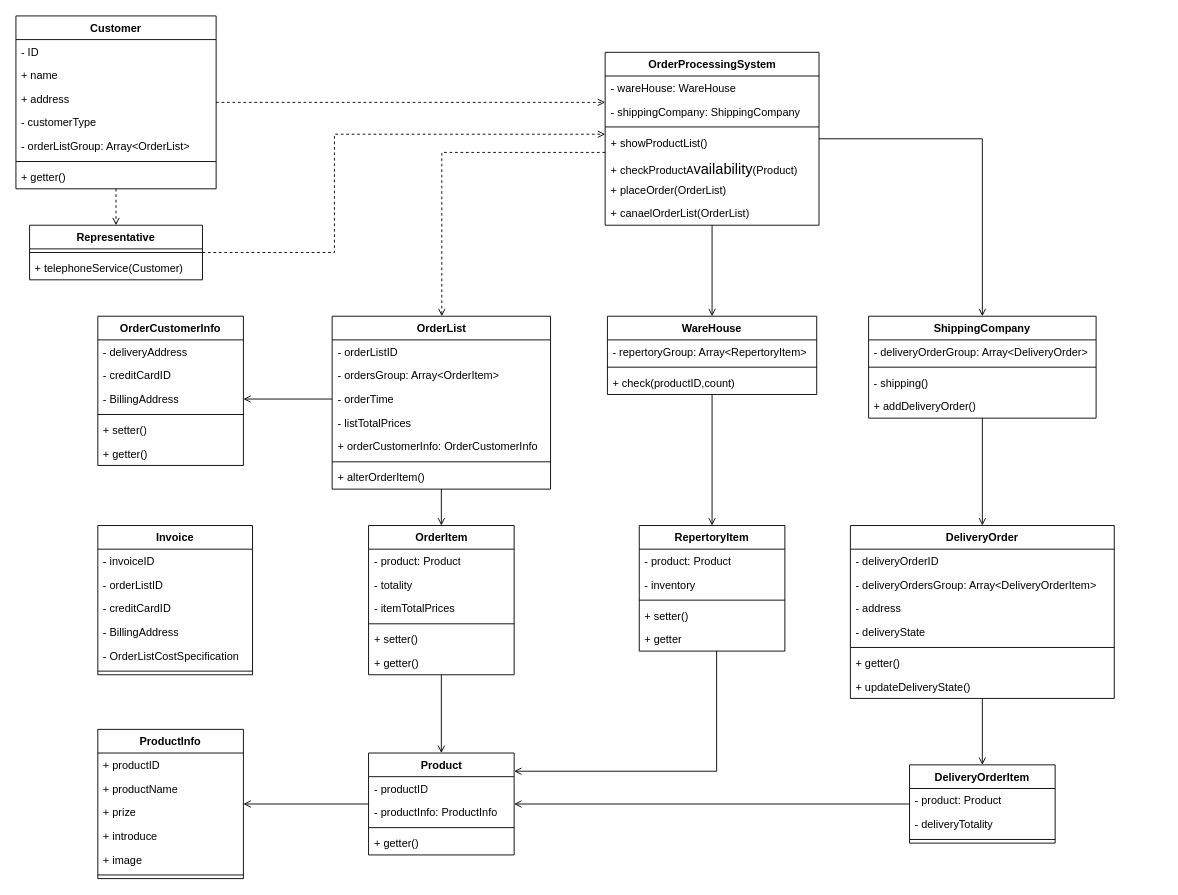
Before: orders_Class.drawio in yayaer123/drawio_demo, a draw.io diagram. Source tidied: cells renumbered, new cells numbered last; positions are measured from the earlier drawing's top-left corner, leaving out a move shared by most shapes. Both pictures are drawn from the tidied source at 91%, with x=0, y=0 at pixel (15, 15).
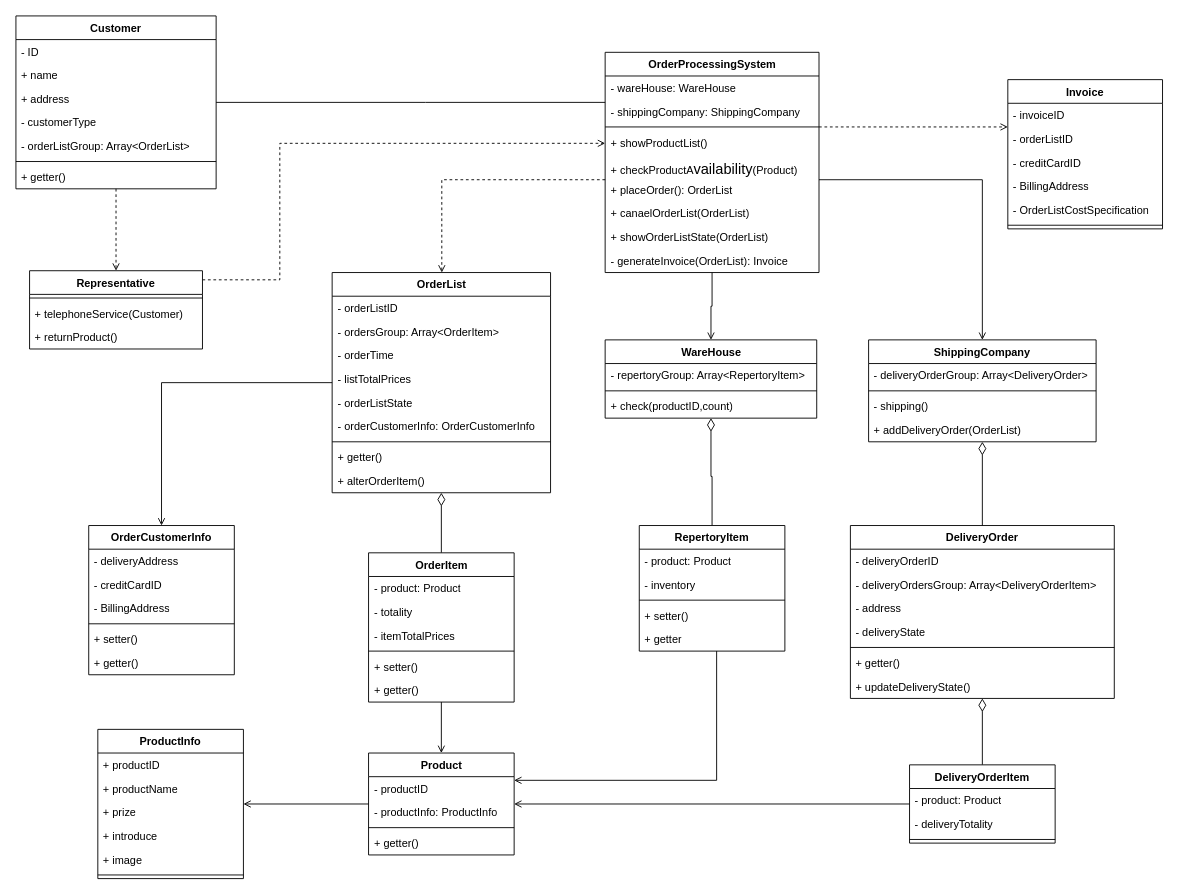
The same page after the edit.

Unchanged cells that the change refers to:
```xml
<mxCell id="4" value="Customer" style="swimlane;fontStyle=1;align=center;verticalAlign=top;horizontal=1;startSize=26;whiteSpace=wrap;html=1;" parent="1" vertex="1">
  <mxGeometry width="220" height="190" as="geometry" />
</mxCell>
<mxCell id="17" value="Product" style="swimlane;fontStyle=1;align=center;verticalAlign=top;horizontal=1;startSize=26;whiteSpace=wrap;html=1;" parent="1" vertex="1">
  <mxGeometry x="387.5" y="810" width="160" height="112" as="geometry" />
</mxCell>
<mxCell id="33" value="- orderTime" style="text;strokeColor=none;fillColor=none;align=left;verticalAlign=top;spacingLeft=4;spacingRight=4;overflow=hidden;points=[[0,0.5],[1,0.5]];portConstraint=eastwest;whiteSpace=wrap;html=1;" parent="30" vertex="1">
  <mxGeometry y="78" width="240" height="26" as="geometry" />
</mxCell>
<mxCell id="49" value="- BillingAddress" style="text;strokeColor=none;fillColor=none;align=left;verticalAlign=top;spacingLeft=4;spacingRight=4;overflow=hidden;points=[[0,0.5],[1,0.5]];portConstraint=eastwest;whiteSpace=wrap;html=1;" parent="46" vertex="1">
  <mxGeometry y="78" width="160" height="26" as="geometry" />
</mxCell>
<mxCell id="60" value="RepertoryItem" style="swimlane;fontStyle=1;align=center;verticalAlign=top;horizontal=1;startSize=26;whiteSpace=wrap;html=1;" parent="1" vertex="1">
  <mxGeometry x="685" y="560" width="160" height="138" as="geometry" />
</mxCell>
<mxCell id="67" value="DeliveryOrder" style="swimlane;fontStyle=1;align=center;verticalAlign=top;horizontal=1;startSize=26;whiteSpace=wrap;html=1;" parent="1" vertex="1">
  <mxGeometry x="917" y="560" width="290" height="190" as="geometry" />
</mxCell>
<mxCell id="76" value="DeliveryOrderItem" style="swimlane;fontStyle=1;align=center;verticalAlign=top;horizontal=1;startSize=26;whiteSpace=wrap;html=1;" parent="1" vertex="1">
  <mxGeometry x="982" y="823" width="160" height="86" as="geometry" />
</mxCell>
```

Change to the diagram source:
```diff
@@
-    <mxCell id="3" style="edgeStyle=orthogonalEdgeStyle;rounded=0;jettySize=auto;html=1;dashed=1;endArrow=open;endFill=0;" parent="1" edge="1" source="4" target="96">
+    <mxCell id="3" style="edgeStyle=orthogonalEdgeStyle;rounded=0;jettySize=auto;html=1;endArrow=none;endFill=0;" parent="1" edge="1" source="4" target="96">
       <mxGeometry relative="1" as="geometry">
         <Array as="points">
           <mxPoint x="450" y="95" />
           <mxPoint x="450" y="95" />
         </Array>
       </mxGeometry>
     </mxCell>
@@
     <mxCell id="12" style="edgeStyle=orthogonalEdgeStyle;rounded=0;jettySize=auto;html=1;dashed=1;endArrow=open;endFill=0;" parent="1" edge="1" source="13" target="96">
       <mxGeometry relative="1" as="geometry">
         <Array as="points">
-          <mxPoint x="350" y="260" />
-          <mxPoint x="350" y="130" />
+          <mxPoint x="290" y="290" />
+          <mxPoint x="290" y="140" />
         </Array>
       </mxGeometry>
     </mxCell>
     <mxCell id="13" value="Representative" style="swimlane;fontStyle=1;align=center;verticalAlign=top;horizontal=1;startSize=26;whiteSpace=wrap;html=1;" parent="1" vertex="1">
-      <mxGeometry x="15" y="230" width="190" height="60" as="geometry" />
+      <mxGeometry x="15" y="280" width="190" height="86" as="geometry" />
     </mxCell>
@@
+    <mxCell id="104" value="+ returnProduct()" style="text;strokeColor=none;fillColor=none;align=left;verticalAlign=top;spacingLeft=4;spacingRight=4;overflow=hidden;whiteSpace=wrap;html=1;" parent="13" vertex="1">
+      <mxGeometry y="60" width="190" height="26" as="geometry" />
+    </mxCell>
@@
-    <mxCell id="29" style="edgeStyle=orthogonalEdgeStyle;rounded=0;jettySize=auto;html=1;entryX=0.5;entryY=0;entryDx=0;entryDy=0;endArrow=open;endFill=0;startArrow=none;startFill=0;targetPerimeterSpacing=0;sourcePerimeterSpacing=0;endSize=6;startSize=12;" parent="1" edge="1" source="30" target="39">
+    <mxCell id="29" style="edgeStyle=orthogonalEdgeStyle;rounded=0;jettySize=auto;html=1;entryX=0.5;entryY=0;entryDx=0;entryDy=0;endArrow=none;endFill=0;startArrow=diamondThin;startFill=0;targetPerimeterSpacing=0;sourcePerimeterSpacing=0;endSize=6;startSize=12;" parent="1" edge="1" source="30" target="39">
       <mxGeometry relative="1" as="geometry" />
     </mxCell>
+    <mxCell id="105" style="edgeStyle=orthogonalEdgeStyle;rounded=0;jettySize=auto;html=1;endArrow=open;endFill=0;" parent="1" edge="1" source="30" target="46">
+      <mxGeometry relative="1" as="geometry" />
+    </mxCell>
     <mxCell id="30" value="OrderList" style="swimlane;fontStyle=1;align=center;verticalAlign=top;horizontal=1;startSize=26;whiteSpace=wrap;html=1;" parent="1" vertex="1">
-      <mxGeometry x="347.5" y="330" width="240" height="190" as="geometry" />
+      <mxGeometry x="347.5" y="282" width="240" height="242" as="geometry" />
     </mxCell>
@@
+    <mxCell id="106" value="- orderListState" style="text;strokeColor=none;fillColor=none;align=left;verticalAlign=top;spacingLeft=4;spacingRight=4;overflow=hidden;whiteSpace=wrap;html=1;" parent="30" vertex="1">
+      <mxGeometry y="130" width="240" height="26" as="geometry" />
+    </mxCell>
-    <mxCell id="35" value="+ orderCustomerInfo: OrderCustomerInfo" style="text;strokeColor=none;fillColor=none;align=left;verticalAlign=top;spacingLeft=4;spacingRight=4;overflow=hidden;whiteSpace=wrap;html=1;" parent="30" vertex="1">
-      <mxGeometry y="130" width="240" height="26" as="geometry" />
+    <mxCell id="35" value="- orderCustomerInfo: OrderCustomerInfo" style="text;strokeColor=none;fillColor=none;align=left;verticalAlign=top;spacingLeft=4;spacingRight=4;overflow=hidden;whiteSpace=wrap;html=1;" parent="30" vertex="1">
+      <mxGeometry y="156" width="240" height="26" as="geometry" />
     </mxCell>
     <mxCell id="36" style="line;strokeWidth=1;fillColor=none;align=left;verticalAlign=middle;spacingTop=-1;spacingLeft=3;spacingRight=3;labelPosition=right;strokeColor=inherit;" parent="30" vertex="1">
-      <mxGeometry y="156" width="240" height="8" as="geometry" />
+      <mxGeometry y="182" width="240" height="8" as="geometry" />
     </mxCell>
+    <mxCell id="107" value="+ getter()" style="text;strokeColor=none;fillColor=none;align=left;verticalAlign=top;spacingLeft=4;spacingRight=4;overflow=hidden;whiteSpace=wrap;html=1;" parent="30" vertex="1">
+      <mxGeometry y="190" width="240" height="26" as="geometry" />
+    </mxCell>
     <mxCell id="37" value="+ alterOrderItem()" style="text;strokeColor=none;fillColor=none;align=left;verticalAlign=top;spacingLeft=4;spacingRight=4;overflow=hidden;whiteSpace=wrap;html=1;" parent="30" vertex="1">
-      <mxGeometry y="164" width="240" height="26" as="geometry" />
+      <mxGeometry y="216" width="240" height="26" as="geometry" />
     </mxCell>
@@
     <mxCell id="39" value="OrderItem" style="swimlane;fontStyle=1;align=center;verticalAlign=top;horizontal=1;startSize=26;whiteSpace=wrap;html=1;" parent="1" vertex="1">
-      <mxGeometry x="387.5" y="560" width="160" height="164" as="geometry" />
+      <mxGeometry x="387.5" y="590" width="160" height="164" as="geometry" />
     </mxCell>
@@
     <mxCell id="46" value="&lt;span style=&quot;text-align: left;&quot;&gt;OrderCustomerInfo&lt;/span&gt;" style="swimlane;fontStyle=1;align=center;verticalAlign=top;horizontal=1;startSize=26;whiteSpace=wrap;html=1;" parent="1" vertex="1">
-      <mxGeometry x="90" y="330" width="160" height="164" as="geometry" />
+      <mxGeometry x="80" y="560" width="160" height="164" as="geometry" />
     </mxCell>
@@
-    <mxCell id="53" style="edgeStyle=orthogonalEdgeStyle;rounded=0;jettySize=auto;html=1;endArrow=open;endFill=0;" parent="1" edge="1" source="33" target="49">
-      <mxGeometry relative="1" as="geometry" />
-    </mxCell>
-    <mxCell id="54" style="edgeStyle=orthogonalEdgeStyle;rounded=0;jettySize=auto;html=1;endArrow=open;endFill=0;entryX=0.5;entryY=0;entryDx=0;entryDy=0;" parent="1" edge="1" source="55" target="60">
+    <mxCell id="54" style="edgeStyle=orthogonalEdgeStyle;rounded=0;jettySize=auto;html=1;endArrow=none;endFill=0;entryX=0.5;entryY=0;entryDx=0;entryDy=0;startArrow=diamondThin;startFill=0;startSize=12;" parent="1" edge="1" source="55" target="60">
       <mxGeometry relative="1" as="geometry" />
     </mxCell>
     <mxCell id="55" value="WareHouse" style="swimlane;fontStyle=1;align=center;verticalAlign=top;horizontal=1;startSize=26;whiteSpace=wrap;html=1;" parent="1" vertex="1">
-      <mxGeometry x="650" y="330" width="230" height="86" as="geometry" />
+      <mxGeometry x="647.5" y="356" width="232.5" height="86" as="geometry" />
     </mxCell>
     <mxCell id="56" value="- repertoryGroup: Array&amp;lt;RepertoryItem&amp;gt;&amp;nbsp;" style="text;strokeColor=none;fillColor=none;align=left;verticalAlign=top;spacingLeft=4;spacingRight=4;overflow=hidden;whiteSpace=wrap;html=1;" parent="55" vertex="1">
-      <mxGeometry y="26" width="230" height="26" as="geometry" />
+      <mxGeometry y="26" width="232.5" height="26" as="geometry" />
     </mxCell>
     <mxCell id="57" style="line;strokeWidth=1;fillColor=none;align=left;verticalAlign=middle;spacingTop=-1;spacingLeft=3;spacingRight=3;labelPosition=right;strokeColor=inherit;" parent="55" vertex="1">
-      <mxGeometry y="52" width="230" height="8" as="geometry" />
+      <mxGeometry y="52" width="232.5" height="8" as="geometry" />
     </mxCell>
     <mxCell id="58" value="+ check(productID,count)" style="text;strokeColor=none;fillColor=none;align=left;verticalAlign=top;spacingLeft=4;spacingRight=4;overflow=hidden;whiteSpace=wrap;html=1;" parent="55" vertex="1">
-      <mxGeometry y="60" width="230" height="26" as="geometry" />
+      <mxGeometry y="60" width="232.5" height="26" as="geometry" />
     </mxCell>
     <mxCell id="59" style="edgeStyle=orthogonalEdgeStyle;rounded=0;jettySize=auto;html=1;endArrow=open;endFill=0;" parent="1" edge="1" source="60" target="17">
       <mxGeometry relative="1" as="geometry">
         <Array as="points">
-          <mxPoint x="770" y="830" />
+          <mxPoint x="770" y="840" />
         </Array>
       </mxGeometry>
     </mxCell>
@@
-    <mxCell id="66" style="edgeStyle=orthogonalEdgeStyle;rounded=0;jettySize=auto;html=1;endArrow=open;endFill=0;" parent="1" edge="1" source="67" target="76">
+    <mxCell id="66" style="edgeStyle=orthogonalEdgeStyle;rounded=0;jettySize=auto;html=1;endArrow=none;endFill=0;startArrow=diamondThin;startFill=0;endSize=6;startSize=12;" parent="1" edge="1" source="67" target="76">
       <mxGeometry relative="1" as="geometry" />
     </mxCell>
@@
     <mxCell id="80" value="Invoice" style="swimlane;fontStyle=1;align=center;verticalAlign=top;horizontal=1;startSize=26;whiteSpace=wrap;html=1;" parent="1" vertex="1">
-      <mxGeometry x="90" y="560" width="170" height="164" as="geometry" />
+      <mxGeometry x="1090" y="70" width="170" height="164" as="geometry" />
     </mxCell>
@@
-    <mxCell id="87" style="edgeStyle=orthogonalEdgeStyle;rounded=0;jettySize=auto;html=1;endArrow=open;endFill=0;" parent="1" edge="1" source="88" target="67">
+    <mxCell id="87" style="edgeStyle=orthogonalEdgeStyle;rounded=0;jettySize=auto;html=1;endArrow=none;endFill=0;startArrow=diamondThin;startFill=0;startSize=12;" parent="1" edge="1" source="88" target="67">
       <mxGeometry relative="1" as="geometry" />
     </mxCell>
     <mxCell id="88" value="ShippingCompany" style="swimlane;fontStyle=1;align=center;verticalAlign=top;horizontal=1;startSize=26;whiteSpace=wrap;html=1;" parent="1" vertex="1">
-      <mxGeometry x="937" y="330" width="250" height="112" as="geometry" />
+      <mxGeometry x="937" y="356" width="250" height="112" as="geometry" />
     </mxCell>
@@
-    <mxCell id="92" value="+ addDeliveryOrder()" style="text;strokeColor=none;fillColor=none;align=left;verticalAlign=top;spacingLeft=4;spacingRight=4;overflow=hidden;whiteSpace=wrap;html=1;" parent="88" vertex="1">
+    <mxCell id="92" value="+ addDeliveryOrder(OrderList)" style="text;strokeColor=none;fillColor=none;align=left;verticalAlign=top;spacingLeft=4;spacingRight=4;overflow=hidden;whiteSpace=wrap;html=1;" parent="88" vertex="1">
       <mxGeometry y="86" width="250" height="26" as="geometry" />
     </mxCell>
     <mxCell id="93" style="edgeStyle=orthogonalEdgeStyle;rounded=0;jettySize=auto;html=1;endArrow=open;endFill=0;dashed=1;" parent="1" edge="1" source="96" target="30">
       <mxGeometry relative="1" as="geometry">
         <Array as="points">
-          <mxPoint x="468" y="150" />
+          <mxPoint x="468" y="180" />
         </Array>
       </mxGeometry>
     </mxCell>
@@
     <mxCell id="95" style="edgeStyle=orthogonalEdgeStyle;rounded=0;jettySize=auto;html=1;endArrow=open;endFill=0;" parent="1" edge="1" source="96" target="88">
-      <mxGeometry relative="1" as="geometry" />
+      <mxGeometry relative="1" as="geometry">
+        <Array as="points">
+          <mxPoint x="1062" y="180" />
+        </Array>
+      </mxGeometry>
     </mxCell>
+    <mxCell id="108" style="edgeStyle=orthogonalEdgeStyle;rounded=0;jettySize=auto;html=1;endArrow=open;endFill=0;dashed=1;" parent="1" edge="1" source="96" target="80">
+      <mxGeometry relative="1" as="geometry">
+        <Array as="points">
+          <mxPoint x="940" y="122" />
+          <mxPoint x="940" y="122" />
+        </Array>
+      </mxGeometry>
+    </mxCell>
     <mxCell id="96" value="OrderProcessingSystem" style="swimlane;fontStyle=1;align=center;verticalAlign=top;horizontal=1;startSize=26;whiteSpace=wrap;html=1;" parent="1" vertex="1">
-      <mxGeometry x="647.5" y="40" width="235" height="190" as="geometry" />
+      <mxGeometry x="647.5" y="40" width="235" height="242" as="geometry" />
     </mxCell>
@@
-    <mxCell id="102" value="+ placeOrder(OrderList)" style="text;strokeColor=none;fillColor=none;align=left;verticalAlign=top;spacingLeft=4;spacingRight=4;overflow=hidden;whiteSpace=wrap;html=1;" parent="96" vertex="1">
+    <mxCell id="102" value="+ placeOrder(): OrderList" style="text;strokeColor=none;fillColor=none;align=left;verticalAlign=top;spacingLeft=4;spacingRight=4;overflow=hidden;whiteSpace=wrap;html=1;" parent="96" vertex="1">
       <mxGeometry y="138" width="235" height="26" as="geometry" />
     </mxCell>
@@
+    <mxCell id="109" value="+ showOrderListState(OrderList)" style="text;strokeColor=none;fillColor=none;align=left;verticalAlign=top;spacingLeft=4;spacingRight=4;overflow=hidden;whiteSpace=wrap;html=1;" parent="96" vertex="1">
+      <mxGeometry y="190" width="235" height="26" as="geometry" />
+    </mxCell>
+    <mxCell id="110" value="- generateInvoice(OrderList): Invoice" style="text;strokeColor=none;fillColor=none;align=left;verticalAlign=top;spacingLeft=4;spacingRight=4;overflow=hidden;whiteSpace=wrap;html=1;" parent="96" vertex="1">
+      <mxGeometry y="216" width="235" height="26" as="geometry" />
+    </mxCell>
```
